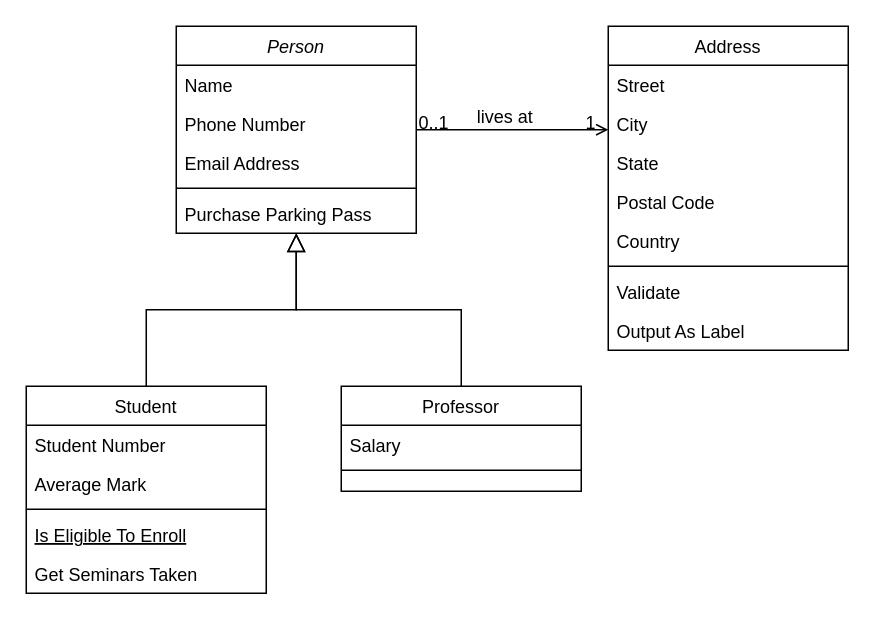
Before: Untitled Diagram.drawio in uyenhoangtp/miu, a draw.io diagram. Source tidied: cells renumbered, new cells numbered last; positions are measured from the earlier drawing's top-left corner, leaving out a move shared by most shapes. Both pictures are drawn from the tidied source at 150%, with x=0, y=0 at pixel (26, 26).
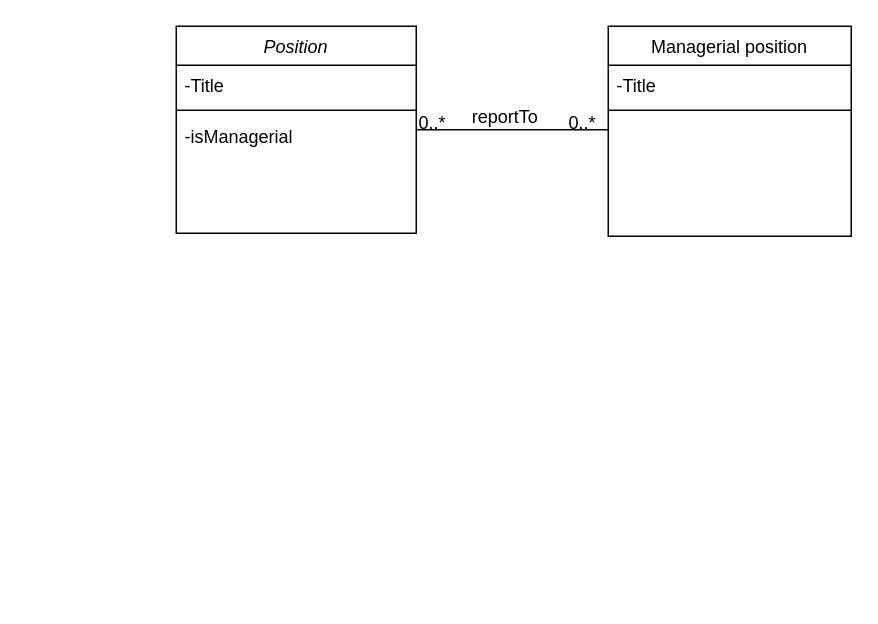
Above is the later version.

Diff of the diagram source:
```diff
@@
-    <mxCell id="2" value="Person" style="swimlane;fontStyle=2;align=center;verticalAlign=top;horizontal=1;startSize=26;rounded=0;shadow=0;strokeWidth=1;" parent="1" vertex="1">
+    <mxCell id="2" value="Position" style="swimlane;fontStyle=2;align=center;verticalAlign=top;horizontal=1;startSize=26;rounded=0;shadow=0;strokeWidth=1;" parent="1" vertex="1">
       <mxGeometry x="100" width="160" height="138" as="geometry" />
     </mxCell>
-    <mxCell id="3" value="Name" style="text;align=left;verticalAlign=top;spacingLeft=4;spacingRight=4;overflow=hidden;" parent="2" vertex="1">
+    <mxCell id="3" value="-Title" style="text;align=left;verticalAlign=top;spacingLeft=4;spacingRight=4;overflow=hidden;" parent="2" vertex="1">
       <mxGeometry y="26" width="160" height="26" as="geometry" />
     </mxCell>
-    <mxCell id="4" value="Phone Number" style="text;align=left;verticalAlign=top;spacingLeft=4;spacingRight=4;overflow=hidden;rounded=0;shadow=0;html=0;" parent="2" vertex="1">
-      <mxGeometry y="52" width="160" height="26" as="geometry" />
-    </mxCell>
-    <mxCell id="5" value="Email Address" style="text;align=left;verticalAlign=top;spacingLeft=4;spacingRight=4;overflow=hidden;rounded=0;shadow=0;html=0;" parent="2" vertex="1">
-      <mxGeometry y="78" width="160" height="26" as="geometry" />
-    </mxCell>
     <mxCell id="6" style="line;html=1;strokeWidth=1;align=left;verticalAlign=middle;spacingTop=-1;spacingLeft=3;spacingRight=3;labelPosition=right;" parent="2" vertex="1">
-      <mxGeometry y="104" width="160" height="8" as="geometry" />
+      <mxGeometry y="52" width="160" height="8" as="geometry" />
     </mxCell>
-    <mxCell id="7" value="Purchase Parking Pass" style="text;align=left;verticalAlign=top;spacingLeft=4;spacingRight=4;overflow=hidden;" parent="2" vertex="1">
-      <mxGeometry y="112" width="160" height="26" as="geometry" />
-    </mxCell>
-    <mxCell id="8" value="Student" style="swimlane;fontStyle=0;align=center;verticalAlign=top;horizontal=1;startSize=26;rounded=0;shadow=0;strokeWidth=1;" parent="1" vertex="1">
-      <mxGeometry y="240" width="160" height="138" as="geometry" />
-    </mxCell>
-    <mxCell id="9" value="Student Number" style="text;align=left;verticalAlign=top;spacingLeft=4;spacingRight=4;overflow=hidden;" parent="8" vertex="1">
-      <mxGeometry y="26" width="160" height="26" as="geometry" />
-    </mxCell>
-    <mxCell id="10" value="Average Mark" style="text;align=left;verticalAlign=top;spacingLeft=4;spacingRight=4;overflow=hidden;rounded=0;shadow=0;html=0;" parent="8" vertex="1">
-      <mxGeometry y="52" width="160" height="26" as="geometry" />
-    </mxCell>
-    <mxCell id="11" style="line;html=1;strokeWidth=1;align=left;verticalAlign=middle;spacingTop=-1;spacingLeft=3;spacingRight=3;labelPosition=right;" parent="8" vertex="1">
-      <mxGeometry y="78" width="160" height="8" as="geometry" />
-    </mxCell>
-    <mxCell id="12" value="Is Eligible To Enroll" style="text;align=left;verticalAlign=top;spacingLeft=4;spacingRight=4;overflow=hidden;fontStyle=4;" parent="8" vertex="1">
-      <mxGeometry y="86" width="160" height="26" as="geometry" />
-    </mxCell>
-    <mxCell id="13" value="Get Seminars Taken" style="text;align=left;verticalAlign=top;spacingLeft=4;spacingRight=4;overflow=hidden;" parent="8" vertex="1">
-      <mxGeometry y="112" width="160" height="26" as="geometry" />
-    </mxCell>
-    <mxCell id="14" style="endArrow=block;endSize=10;endFill=0;shadow=0;strokeWidth=1;rounded=0;curved=0;edgeStyle=elbowEdgeStyle;elbow=vertical;" parent="1" edge="1" source="8" target="2">
-      <mxGeometry relative="1" as="geometry" />
-    </mxCell>
-    <mxCell id="15" value="Professor" style="swimlane;fontStyle=0;align=center;verticalAlign=top;horizontal=1;startSize=26;rounded=0;shadow=0;strokeWidth=1;" parent="1" vertex="1">
-      <mxGeometry x="210" y="240" width="160" height="70" as="geometry" />
-    </mxCell>
-    <mxCell id="16" value="Salary" style="text;align=left;verticalAlign=top;spacingLeft=4;spacingRight=4;overflow=hidden;" parent="15" vertex="1">
-      <mxGeometry y="26" width="160" height="26" as="geometry" />
-    </mxCell>
-    <mxCell id="17" style="line;html=1;strokeWidth=1;align=left;verticalAlign=middle;spacingTop=-1;spacingLeft=3;spacingRight=3;labelPosition=right;" parent="15" vertex="1">
-      <mxGeometry y="52" width="160" height="8" as="geometry" />
-    </mxCell>
-    <mxCell id="18" style="endArrow=block;endSize=10;endFill=0;shadow=0;strokeWidth=1;rounded=0;curved=0;edgeStyle=elbowEdgeStyle;elbow=vertical;" parent="1" edge="1" source="15" target="2">
-      <mxGeometry relative="1" as="geometry" />
-    </mxCell>
+    <mxCell id="32" value="-isManagerial" style="text;align=left;verticalAlign=top;spacingLeft=4;spacingRight=4;overflow=hidden;" parent="2" vertex="1">
+      <mxGeometry y="60" width="160" height="26" as="geometry" />
+    </mxCell>
-    <mxCell id="19" value="Address" style="swimlane;fontStyle=0;align=center;verticalAlign=top;horizontal=1;startSize=26;rounded=0;shadow=0;strokeWidth=1;" parent="1" vertex="1">
-      <mxGeometry x="388" width="160" height="216" as="geometry" />
+    <mxCell id="19" value="Managerial position" style="swimlane;fontStyle=0;align=center;verticalAlign=top;horizontal=1;startSize=26;rounded=0;shadow=0;strokeWidth=1;" parent="1" vertex="1">
+      <mxGeometry x="388" width="162" height="140" as="geometry" />
     </mxCell>
-    <mxCell id="20" value="Street" style="text;align=left;verticalAlign=top;spacingLeft=4;spacingRight=4;overflow=hidden;" parent="19" vertex="1">
-      <mxGeometry y="26" width="160" height="26" as="geometry" />
+    <mxCell id="20" value="-Title" style="text;align=left;verticalAlign=top;spacingLeft=4;spacingRight=4;overflow=hidden;" parent="19" vertex="1">
+      <mxGeometry y="26" width="162" height="26" as="geometry" />
     </mxCell>
-    <mxCell id="21" value="City" style="text;align=left;verticalAlign=top;spacingLeft=4;spacingRight=4;overflow=hidden;rounded=0;shadow=0;html=0;" parent="19" vertex="1">
-      <mxGeometry y="52" width="160" height="26" as="geometry" />
-    </mxCell>
-    <mxCell id="22" value="State" style="text;align=left;verticalAlign=top;spacingLeft=4;spacingRight=4;overflow=hidden;rounded=0;shadow=0;html=0;" parent="19" vertex="1">
-      <mxGeometry y="78" width="160" height="26" as="geometry" />
-    </mxCell>
-    <mxCell id="23" value="Postal Code" style="text;align=left;verticalAlign=top;spacingLeft=4;spacingRight=4;overflow=hidden;rounded=0;shadow=0;html=0;" parent="19" vertex="1">
-      <mxGeometry y="104" width="160" height="26" as="geometry" />
-    </mxCell>
-    <mxCell id="24" value="Country" style="text;align=left;verticalAlign=top;spacingLeft=4;spacingRight=4;overflow=hidden;rounded=0;shadow=0;html=0;" parent="19" vertex="1">
-      <mxGeometry y="130" width="160" height="26" as="geometry" />
-    </mxCell>
     <mxCell id="25" style="line;html=1;strokeWidth=1;align=left;verticalAlign=middle;spacingTop=-1;spacingLeft=3;spacingRight=3;labelPosition=right;" parent="19" vertex="1">
-      <mxGeometry y="156" width="160" height="8" as="geometry" />
+      <mxGeometry y="52" width="162" height="8" as="geometry" />
     </mxCell>
-    <mxCell id="26" value="Validate" style="text;align=left;verticalAlign=top;spacingLeft=4;spacingRight=4;overflow=hidden;" parent="19" vertex="1">
-      <mxGeometry y="164" width="160" height="26" as="geometry" />
-    </mxCell>
-    <mxCell id="27" value="Output As Label" style="text;align=left;verticalAlign=top;spacingLeft=4;spacingRight=4;overflow=hidden;" parent="19" vertex="1">
-      <mxGeometry y="190" width="160" height="26" as="geometry" />
-    </mxCell>
-    <mxCell id="28" style="endArrow=open;shadow=0;strokeWidth=1;rounded=0;curved=0;endFill=1;edgeStyle=elbowEdgeStyle;elbow=vertical;" parent="1" edge="1" source="2" target="19">
+    <mxCell id="28" style="endArrow=none;shadow=0;strokeWidth=1;rounded=0;curved=0;endFill=1;edgeStyle=elbowEdgeStyle;elbow=vertical;startFill=0;" parent="1" edge="1" source="2" target="19">
       <mxGeometry x="0.5" y="41" relative="1" as="geometry">
         <mxPoint x="-40" y="32" as="offset" />
       </mxGeometry>
     </mxCell>
-    <mxCell id="29" value="0..1" style="align=left;verticalAlign=bottom;labelBackgroundColor=none;fontSize=12;" parent="28" vertex="1">
+    <mxCell id="29" value="0..*" style="align=left;verticalAlign=bottom;labelBackgroundColor=none;fontSize=12;" parent="28" vertex="1">
       <mxGeometry x="-1" relative="1" as="geometry">
         <mxPoint y="4" as="offset" />
       </mxGeometry>
     </mxCell>
-    <mxCell id="30" value="1" style="align=right;verticalAlign=bottom;labelBackgroundColor=none;fontSize=12;" parent="28" vertex="1">
+    <mxCell id="30" value="0..*" style="align=right;verticalAlign=bottom;labelBackgroundColor=none;fontSize=12;" parent="28" vertex="1">
       <mxGeometry x="1" relative="1" as="geometry">
         <mxPoint x="-7" y="4" as="offset" />
       </mxGeometry>
     </mxCell>
-    <mxCell id="31" value="lives at" style="text;html=1;align=center;verticalAlign=middle;labelBackgroundColor=none;rounded=0;shadow=0;strokeWidth=1;fontSize=12;" parent="28" vertex="1">
+    <mxCell id="31" value="reportTo" style="text;html=1;align=center;verticalAlign=middle;labelBackgroundColor=none;rounded=0;shadow=0;strokeWidth=1;fontSize=12;" parent="28" vertex="1">
       <mxGeometry x="0.5" y="49" relative="1" as="geometry">
         <mxPoint x="-38" y="40" as="offset" />
       </mxGeometry>
     </mxCell>
```
